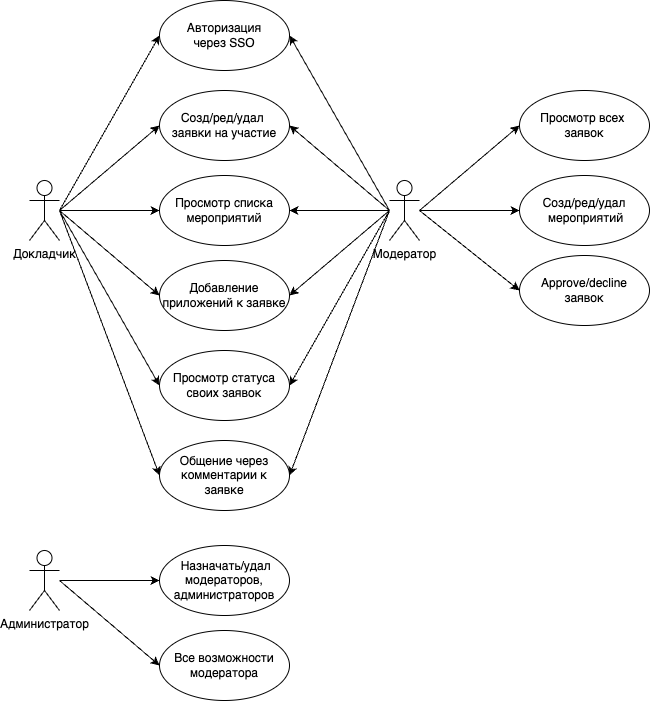
Before: docs/report/img/use-case.png, a diagram exported from draw.io (ybairamgalin/bmstu-database-course-work). Source tidied: cells renumbered, new cells last; positions are measured from the earlier drawing's top-left corner, leaving out a move shared by most shapes.
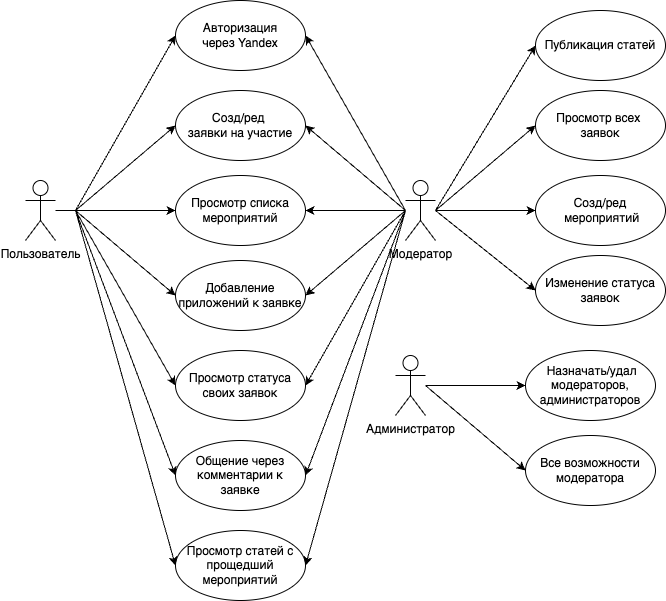
After the change.

Change to the diagram source:
```diff
@@ -2,10 +2,10 @@
   <root>
     <mxCell id="0" />
     <mxCell id="1" parent="0" />
-    <mxCell id="2" value="Докладчик" style="shape=umlActor;verticalLabelPosition=bottom;verticalAlign=top;html=1;outlineConnect=0;" parent="1" vertex="1">
-      <mxGeometry y="180" width="30" height="60" as="geometry" />
+    <mxCell id="2" value="Пользователь" style="shape=umlActor;verticalLabelPosition=bottom;verticalAlign=top;html=1;outlineConnect=0;" parent="1" vertex="1">
+      <mxGeometry x="-20" y="180" width="30" height="60" as="geometry" />
     </mxCell>
-    <mxCell id="3" value="Авторизация&lt;div&gt;через SSO&lt;/div&gt;" style="ellipse;whiteSpace=wrap;html=1;" parent="1" vertex="1">
+    <mxCell id="3" value="Авторизация&lt;div&gt;через Yandex&lt;/div&gt;" style="ellipse;whiteSpace=wrap;html=1;" parent="1" vertex="1">
       <mxGeometry x="130" width="130" height="70" as="geometry" />
     </mxCell>
     <mxCell id="4" value="Добавление приложений к заявке" style="ellipse;whiteSpace=wrap;html=1;" parent="1" vertex="1">
@@ -14,7 +14,7 @@
     <mxCell id="5" value="Просмотр статуса&lt;div&gt;своих заявок&lt;/div&gt;" style="ellipse;whiteSpace=wrap;html=1;" parent="1" vertex="1">
       <mxGeometry x="130" y="350" width="130" height="70" as="geometry" />
     </mxCell>
-    <mxCell id="6" value="Созд/ред/удал&amp;nbsp;&lt;div&gt;заявки на участие&lt;/div&gt;" style="ellipse;whiteSpace=wrap;html=1;" parent="1" vertex="1">
+    <mxCell id="6" value="Созд/ред&amp;nbsp;&lt;div&gt;заявки на участие&lt;/div&gt;" style="ellipse;whiteSpace=wrap;html=1;" parent="1" vertex="1">
       <mxGeometry x="130" y="90" width="130" height="70" as="geometry" />
     </mxCell>
     <mxCell id="7" value="Просмотр списка мероприятий" style="ellipse;whiteSpace=wrap;html=1;" parent="1" vertex="1">
@@ -82,10 +82,10 @@
         <mxPoint x="390" y="210" as="sourcePoint" />
       </mxGeometry>
     </mxCell>
-    <mxCell id="22" value="Созд/ред/удал&lt;div&gt;&amp;nbsp;мероприятий&lt;/div&gt;" style="ellipse;whiteSpace=wrap;html=1;" parent="1" vertex="1">
+    <mxCell id="22" value="Созд/ред&lt;div&gt;&amp;nbsp;мероприятий&lt;/div&gt;" style="ellipse;whiteSpace=wrap;html=1;" parent="1" vertex="1">
       <mxGeometry x="490" y="175" width="130" height="70" as="geometry" />
     </mxCell>
-    <mxCell id="23" value="&lt;div&gt;Approve/decline&lt;/div&gt;&lt;div&gt;заявок&lt;/div&gt;" style="ellipse;whiteSpace=wrap;html=1;" parent="1" vertex="1">
+    <mxCell id="23" value="&lt;div&gt;Изменение статуса&lt;/div&gt;&lt;div&gt;заявок&lt;/div&gt;" style="ellipse;whiteSpace=wrap;html=1;" parent="1" vertex="1">
       <mxGeometry x="490" y="255" width="130" height="70" as="geometry" />
     </mxCell>
     <mxCell id="24" style="endArrow=classic;html=1;rounded=0;entryX=0;entryY=0.5;entryDx=0;entryDy=0;" parent="1" edge="1" target="22">
@@ -99,20 +99,20 @@
       </mxGeometry>
     </mxCell>
     <mxCell id="26" value="Администратор" style="shape=umlActor;verticalLabelPosition=bottom;verticalAlign=top;html=1;outlineConnect=0;" parent="1" vertex="1">
-      <mxGeometry y="550" width="30" height="60" as="geometry" />
+      <mxGeometry x="350" y="355" width="30" height="60" as="geometry" />
     </mxCell>
     <mxCell id="27" value="&amp;nbsp;Назначать/удал модераторов, администраторов" style="ellipse;whiteSpace=wrap;html=1;" parent="1" vertex="1">
-      <mxGeometry x="130" y="545" width="130" height="70" as="geometry" />
+      <mxGeometry x="480" y="350" width="130" height="70" as="geometry" />
     </mxCell>
     <mxCell id="28" style="endArrow=classic;html=1;rounded=0;entryX=0;entryY=0.5;entryDx=0;entryDy=0;" parent="1" edge="1" source="26" target="27">
       <mxGeometry relative="1" as="geometry" />
     </mxCell>
     <mxCell id="29" value="Все возможности модератора" style="ellipse;whiteSpace=wrap;html=1;" parent="1" vertex="1">
-      <mxGeometry x="130" y="630" width="130" height="70" as="geometry" />
+      <mxGeometry x="480" y="435" width="130" height="70" as="geometry" />
     </mxCell>
     <mxCell id="30" style="endArrow=classic;html=1;rounded=0;entryX=0;entryY=0.5;entryDx=0;entryDy=0;" parent="1" edge="1" target="29">
       <mxGeometry relative="1" as="geometry">
-        <mxPoint x="30" y="580" as="sourcePoint" />
+        <mxPoint x="380" y="385" as="sourcePoint" />
       </mxGeometry>
     </mxCell>
     <mxCell id="31" style="endArrow=classic;html=1;rounded=0;entryX=1;entryY=0.5;entryDx=0;entryDy=0;" parent="1" edge="1" target="5">
@@ -125,5 +125,26 @@
         <mxPoint x="360" y="210" as="sourcePoint" />
       </mxGeometry>
     </mxCell>
+    <mxCell id="33" value="Просмотр статей с прощедший мероприятий" style="ellipse;whiteSpace=wrap;html=1;" parent="1" vertex="1">
+      <mxGeometry x="130" y="530" width="130" height="70" as="geometry" />
+    </mxCell>
+    <mxCell id="34" style="endArrow=classic;html=1;rounded=0;entryX=0;entryY=0.5;entryDx=0;entryDy=0;" parent="1" edge="1" target="33">
+      <mxGeometry relative="1" as="geometry">
+        <mxPoint x="30" y="210" as="sourcePoint" />
+      </mxGeometry>
+    </mxCell>
+    <mxCell id="35" value="Публикация статей" style="ellipse;whiteSpace=wrap;html=1;" parent="1" vertex="1">
+      <mxGeometry x="490" y="10" width="130" height="70" as="geometry" />
+    </mxCell>
+    <mxCell id="36" style="endArrow=classic;html=1;rounded=0;entryX=0;entryY=0.5;entryDx=0;entryDy=0;" parent="1" edge="1" target="35">
+      <mxGeometry relative="1" as="geometry">
+        <mxPoint x="390" y="210" as="sourcePoint" />
+      </mxGeometry>
+    </mxCell>
+    <mxCell id="37" style="endArrow=classic;html=1;rounded=0;entryX=1;entryY=0.5;entryDx=0;entryDy=0;" parent="1" edge="1" target="33">
+      <mxGeometry relative="1" as="geometry">
+        <mxPoint x="360" y="210" as="sourcePoint" />
+      </mxGeometry>
+    </mxCell>
   </root>
 </mxGraphModel>
```
